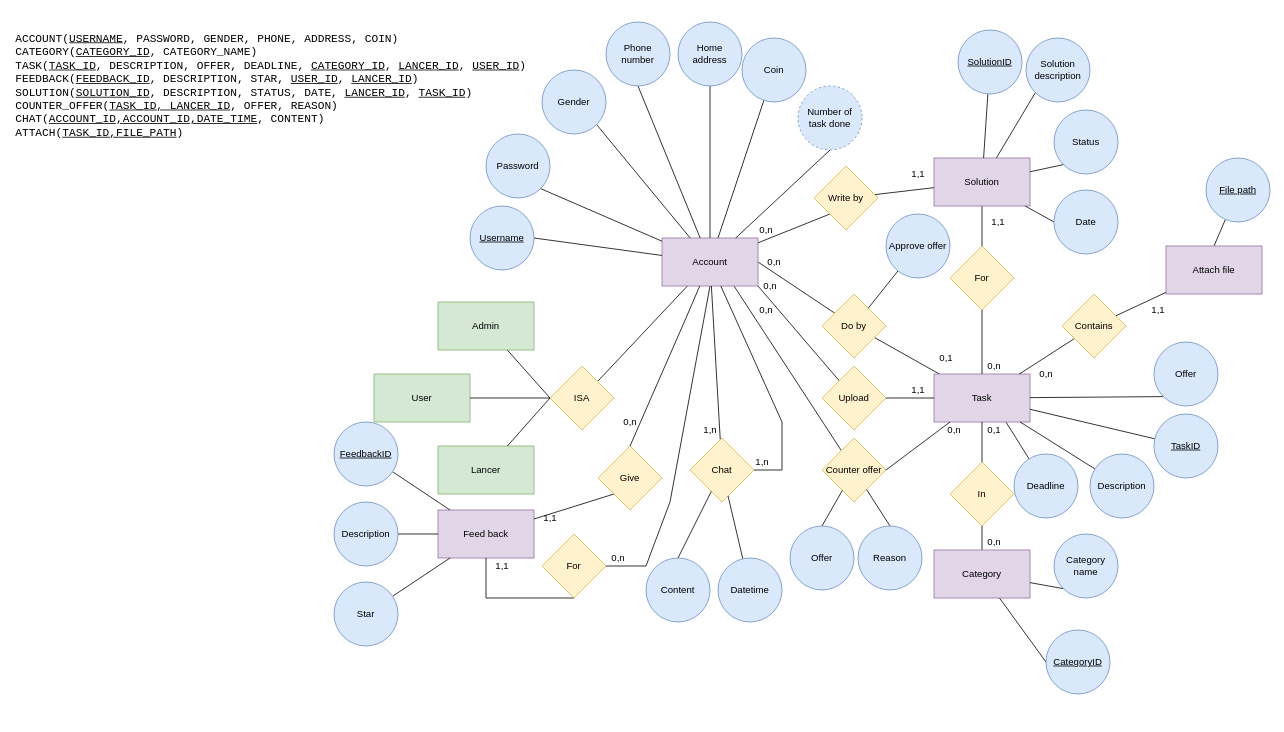
Above: docs/analysis and design/ERD.drawio in phuc16102001/beekey (draw.io), before the change. Source tidied: cells renumbered, new cells numbered last; positions are measured from the earlier drawing's top-left corner, leaving out a move shared by most shapes. Both pictures are drawn from the tidied source at 80%, with x=0, y=0 at pixel (14, 22).
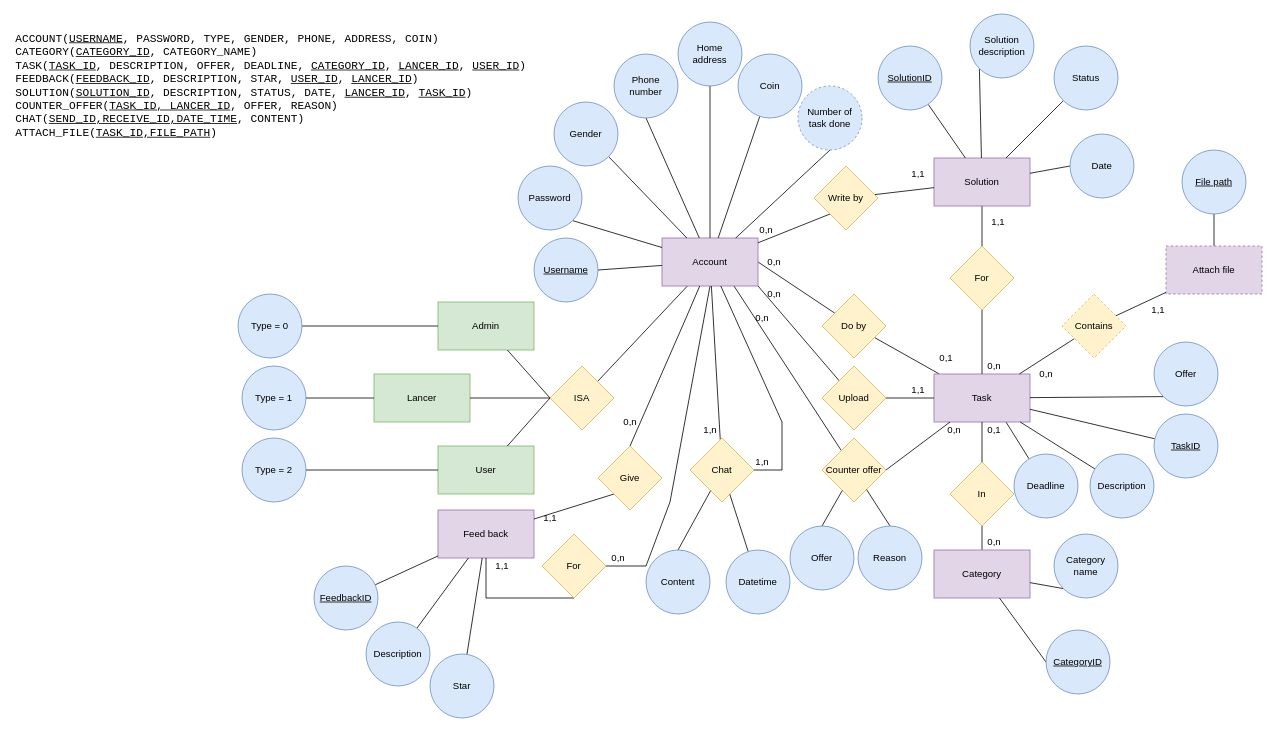
The same page after the edit.

Unchanged cells that the change refers to:
```xml
<mxCell id="3" value="Admin" style="rounded=0;whiteSpace=wrap;html=1;fillColor=#d5e8d4;strokeColor=#82b366;" parent="1" vertex="1">
  <mxGeometry x="530" y="350" width="120" height="60" as="geometry" />
</mxCell>
<mxCell id="28" value="Do by" style="rhombus;whiteSpace=wrap;html=1;fillColor=#fff2cc;strokeColor=#d6b656;" parent="1" vertex="1">
  <mxGeometry x="1010" y="340" width="80" height="80" as="geometry" />
</mxCell>
<mxCell id="69" value="Feed back" style="rounded=0;whiteSpace=wrap;html=1;fillColor=#e1d5e7;strokeColor=#9673a6;" parent="1" vertex="1">
  <mxGeometry x="530" y="610" width="120" height="60" as="geometry" />
</mxCell>
```

The edit, as a diff of the source:
```diff
@@
-    <mxCell id="2" value="User" style="rounded=0;whiteSpace=wrap;html=1;fillColor=#d5e8d4;strokeColor=#82b366;" parent="1" vertex="1">
+    <mxCell id="2" value="Lancer" style="rounded=0;whiteSpace=wrap;html=1;fillColor=#d5e8d4;strokeColor=#82b366;" parent="1" vertex="1">
       <mxGeometry x="450" y="440" width="120" height="60" as="geometry" />
     </mxCell>
@@
-    <mxCell id="10" value="Lancer" style="rounded=0;whiteSpace=wrap;html=1;fillColor=#d5e8d4;strokeColor=#82b366;" parent="1" vertex="1">
+    <mxCell id="10" value="User" style="rounded=0;whiteSpace=wrap;html=1;fillColor=#d5e8d4;strokeColor=#82b366;" parent="1" vertex="1">
       <mxGeometry x="530" y="530" width="120" height="60" as="geometry" />
     </mxCell>
@@
     <mxCell id="16" value="Username" style="ellipse;whiteSpace=wrap;html=1;fontStyle=4;fillColor=#dae8fc;strokeColor=#6c8ebf;" parent="1" vertex="1">
-      <mxGeometry x="570" y="230" width="80" height="80" as="geometry" />
+      <mxGeometry x="650" y="270" width="80" height="80" as="geometry" />
     </mxCell>
@@
     <mxCell id="18" value="Password" style="ellipse;whiteSpace=wrap;html=1;fillColor=#dae8fc;strokeColor=#6c8ebf;" parent="1" vertex="1">
-      <mxGeometry x="590" y="140" width="80" height="80" as="geometry" />
+      <mxGeometry x="630" y="180" width="80" height="80" as="geometry" />
     </mxCell>
@@
     <mxCell id="20" value="Phone number" style="ellipse;whiteSpace=wrap;html=1;direction=west;fillColor=#dae8fc;strokeColor=#6c8ebf;" parent="1" vertex="1">
-      <mxGeometry x="740" width="80" height="80" as="geometry" />
+      <mxGeometry x="750" y="40" width="80" height="80" as="geometry" />
     </mxCell>
@@
     <mxCell id="24" value="Gender" style="ellipse;whiteSpace=wrap;html=1;fillColor=#dae8fc;strokeColor=#6c8ebf;" parent="1" vertex="1">
-      <mxGeometry x="660" y="60" width="80" height="80" as="geometry" />
+      <mxGeometry x="675" y="100" width="80" height="80" as="geometry" />
     </mxCell>
@@
     <mxCell id="39" value="Coin" style="ellipse;whiteSpace=wrap;html=1;fillColor=#dae8fc;strokeColor=#6c8ebf;" parent="1" vertex="1">
-      <mxGeometry x="910" y="20" width="80" height="80" as="geometry" />
+      <mxGeometry x="905" y="40" width="80" height="80" as="geometry" />
     </mxCell>
@@
     <mxCell id="62" value="Solution description" style="ellipse;whiteSpace=wrap;html=1;fontStyle=0;fillColor=#dae8fc;strokeColor=#6c8ebf;" parent="1" vertex="1">
-      <mxGeometry x="1265" y="20" width="80" height="80" as="geometry" />
+      <mxGeometry x="1195" y="-10" width="80" height="80" as="geometry" />
     </mxCell>
@@
     <mxCell id="64" value="Status" style="ellipse;whiteSpace=wrap;html=1;fontStyle=0;fillColor=#dae8fc;strokeColor=#6c8ebf;" parent="1" vertex="1">
-      <mxGeometry x="1300" y="110" width="80" height="80" as="geometry" />
+      <mxGeometry x="1300" y="30" width="80" height="80" as="geometry" />
     </mxCell>
@@
     <mxCell id="66" value="Date" style="ellipse;whiteSpace=wrap;html=1;fontStyle=0;fillColor=#dae8fc;strokeColor=#6c8ebf;" parent="1" vertex="1">
-      <mxGeometry x="1300" y="210" width="80" height="80" as="geometry" />
+      <mxGeometry x="1320" y="140" width="80" height="80" as="geometry" />
     </mxCell>
-    <mxCell id="67" style="edgeStyle=none;rounded=0;jettySize=auto;html=1;endArrow=none;endFill=0;" parent="1" edge="1" source="68" target="28">
-      <mxGeometry relative="1" as="geometry" />
-    </mxCell>
-    <mxCell id="68" value="Approve offer" style="ellipse;whiteSpace=wrap;html=1;fontStyle=0;fillColor=#dae8fc;strokeColor=#6c8ebf;" parent="1" vertex="1">
-      <mxGeometry x="1090" y="240" width="80" height="80" as="geometry" />
-    </mxCell>
@@
-    <mxCell id="75" style="edgeStyle=none;rounded=0;jettySize=auto;html=1;exitX=1;exitY=0.5;exitDx=0;exitDy=0;endArrow=none;endFill=0;" parent="1" edge="1" source="76" target="69">
+    <mxCell id="75" style="rounded=0;jettySize=auto;html=1;startArrow=none;startFill=0;endArrow=none;endFill=0;" parent="1" edge="1" source="76" target="69">
       <mxGeometry relative="1" as="geometry" />
     </mxCell>
     <mxCell id="76" value="Description" style="ellipse;whiteSpace=wrap;html=1;fillColor=#dae8fc;strokeColor=#6c8ebf;" parent="1" vertex="1">
-      <mxGeometry x="400" y="600" width="80" height="80" as="geometry" />
+      <mxGeometry x="440" y="750" width="80" height="80" as="geometry" />
     </mxCell>
@@
     <mxCell id="78" value="Star" style="ellipse;whiteSpace=wrap;html=1;fillColor=#dae8fc;strokeColor=#6c8ebf;" parent="1" vertex="1">
-      <mxGeometry x="400" y="700" width="80" height="80" as="geometry" />
+      <mxGeometry x="520" y="790" width="80" height="80" as="geometry" />
     </mxCell>
@@
     <mxCell id="87" value="0,n" style="text;html=1;align=center;verticalAlign=middle;" parent="1" vertex="1">
-      <mxGeometry x="930" y="320" width="30" height="20" as="geometry" />
+      <mxGeometry x="935" y="330" width="30" height="20" as="geometry" />
     </mxCell>
@@
     <mxCell id="96" value="0,n" style="text;html=1;align=center;verticalAlign=middle;" parent="1" vertex="1">
-      <mxGeometry x="925" y="350" width="30" height="20" as="geometry" />
+      <mxGeometry x="920" y="360" width="30" height="20" as="geometry" />
     </mxCell>
-    <mxCell id="97" value="&lt;pre style=&quot;font-size: 14px&quot;&gt;&lt;font style=&quot;font-size: 14px&quot;&gt;ACCOUNT(&lt;u&gt;USERNAME&lt;/u&gt;, PASSWORD, GENDER, PHONE, ADDRESS, COIN)&lt;br&gt;&lt;/font&gt;&lt;font style=&quot;font-size: 14px&quot;&gt;CATEGORY(&lt;u&gt;CATEGORY_ID&lt;/u&gt;, CATEGORY_NAME)&lt;br&gt;&lt;/font&gt;&lt;font style=&quot;font-size: 14px&quot;&gt;TASK(&lt;u&gt;TASK_ID&lt;/u&gt;, DESCRIPTION, OFFER, DEADLINE, &lt;u&gt;CATEGORY_ID&lt;/u&gt;, &lt;u&gt;LANCER_ID&lt;/u&gt;, &lt;u&gt;USER_ID&lt;/u&gt;)&lt;br&gt;&lt;/font&gt;&lt;font style=&quot;font-size: 14px&quot;&gt;FEEDBACK(&lt;u&gt;FEEDBACK_ID&lt;/u&gt;, DESCRIPTION, STAR, &lt;u&gt;USER_ID&lt;/u&gt;, &lt;u&gt;LANCER_ID&lt;/u&gt;)&lt;br&gt;&lt;/font&gt;&lt;font style=&quot;font-size: 14px&quot;&gt;SOLUTION(&lt;u&gt;SOLUTION_ID&lt;/u&gt;, DESCRIPTION, STATUS, DATE, &lt;u&gt;LANCER_ID&lt;/u&gt;, &lt;u&gt;TASK_ID&lt;/u&gt;)&lt;br&gt;&lt;/font&gt;&lt;font style=&quot;font-size: 14px&quot;&gt;COUNTER_OFFER(&lt;u&gt;TASK_ID, LANCER_ID&lt;/u&gt;, OFFER, REASON)&lt;br&gt;&lt;/font&gt;CHAT(&lt;u&gt;ACCOUNT_ID,ACCOUNT_ID,DATE_TIME&lt;/u&gt;, CONTENT)&lt;br/&gt;ATTACH(&lt;u&gt;TASK_ID,FILE_PATH&lt;/u&gt;)&lt;/pre&gt;" style="text;html=1;align=left;verticalAlign=middle;" parent="1" vertex="1">
+    <mxCell id="97" value="&lt;pre style=&quot;font-size: 14px&quot;&gt;&lt;font style=&quot;font-size: 14px&quot;&gt;ACCOUNT(&lt;u&gt;USERNAME&lt;/u&gt;, PASSWORD, TYPE, GENDER, PHONE, ADDRESS, COIN)&lt;br&gt;&lt;/font&gt;&lt;font style=&quot;font-size: 14px&quot;&gt;CATEGORY(&lt;u&gt;CATEGORY_ID&lt;/u&gt;, CATEGORY_NAME)&lt;br&gt;&lt;/font&gt;&lt;font style=&quot;font-size: 14px&quot;&gt;TASK(&lt;u&gt;TASK_ID&lt;/u&gt;, DESCRIPTION, OFFER, DEADLINE, &lt;u&gt;CATEGORY_ID&lt;/u&gt;, &lt;u&gt;LANCER_ID&lt;/u&gt;, &lt;u&gt;USER_ID&lt;/u&gt;)&lt;br&gt;&lt;/font&gt;&lt;font style=&quot;font-size: 14px&quot;&gt;FEEDBACK(&lt;u&gt;FEEDBACK_ID&lt;/u&gt;, DESCRIPTION, STAR, &lt;u&gt;USER_ID&lt;/u&gt;, &lt;u&gt;LANCER_ID&lt;/u&gt;)&lt;br&gt;&lt;/font&gt;&lt;font style=&quot;font-size: 14px&quot;&gt;SOLUTION(&lt;u&gt;SOLUTION_ID&lt;/u&gt;, DESCRIPTION, STATUS, DATE, &lt;u&gt;LANCER_ID&lt;/u&gt;, &lt;u&gt;TASK_ID&lt;/u&gt;)&lt;br&gt;&lt;/font&gt;&lt;font style=&quot;font-size: 14px&quot;&gt;COUNTER_OFFER(&lt;u&gt;TASK_ID, LANCER_ID&lt;/u&gt;, OFFER, REASON)&lt;br&gt;&lt;/font&gt;CHAT(&lt;u&gt;SEND_ID,RECEIVE_ID,DATE_TIME&lt;/u&gt;, CONTENT)&lt;br&gt;ATTACH_FILE(&lt;u&gt;TASK_ID,FILE_PATH&lt;/u&gt;)&lt;/pre&gt;" style="text;html=1;align=left;verticalAlign=middle;" parent="1" vertex="1">
       <mxGeometry y="10" width="650" height="140" as="geometry" />
     </mxCell>
@@
     <mxCell id="99" value="SolutionID" style="ellipse;whiteSpace=wrap;html=1;fontStyle=4;fillColor=#dae8fc;strokeColor=#6c8ebf;" parent="1" vertex="1">
-      <mxGeometry x="1180" y="10" width="80" height="80" as="geometry" />
+      <mxGeometry x="1080" y="30" width="80" height="80" as="geometry" />
     </mxCell>
@@
     <mxCell id="101" value="FeedbackID" style="ellipse;whiteSpace=wrap;html=1;fillColor=#dae8fc;strokeColor=#6c8ebf;fontStyle=4;" parent="1" vertex="1">
-      <mxGeometry x="400" y="500" width="80" height="80" as="geometry" />
+      <mxGeometry x="375" y="680" width="80" height="80" as="geometry" />
     </mxCell>
@@
     <mxCell id="106" value="Content" style="ellipse;whiteSpace=wrap;html=1;fontStyle=0;fillColor=#dae8fc;strokeColor=#6c8ebf;" parent="1" vertex="1">
-      <mxGeometry x="790" y="670" width="80" height="80" as="geometry" />
+      <mxGeometry x="790" y="660" width="80" height="80" as="geometry" />
     </mxCell>
@@
     <mxCell id="108" value="Datetime" style="ellipse;whiteSpace=wrap;html=1;fontStyle=0;fillColor=#dae8fc;strokeColor=#6c8ebf;" parent="1" vertex="1">
-      <mxGeometry x="880" y="670" width="80" height="80" as="geometry" />
+      <mxGeometry x="890" y="660" width="80" height="80" as="geometry" />
     </mxCell>
@@
-    <mxCell id="112" value="Attach file" style="rounded=0;whiteSpace=wrap;html=1;fillColor=#e1d5e7;strokeColor=#9673a6;" parent="1" vertex="1">
+    <mxCell id="112" value="Attach file" style="rounded=0;whiteSpace=wrap;html=1;fillColor=#e1d5e7;strokeColor=#9673a6;dashed=1;" parent="1" vertex="1">
       <mxGeometry x="1440" y="280" width="120" height="60" as="geometry" />
     </mxCell>
     <mxCell id="113" value="File path" style="ellipse;whiteSpace=wrap;html=1;fontStyle=4;fillColor=#dae8fc;strokeColor=#6c8ebf;" parent="1" vertex="1">
-      <mxGeometry x="1490" y="170" width="80" height="80" as="geometry" />
+      <mxGeometry x="1460" y="160" width="80" height="80" as="geometry" />
     </mxCell>
@@
-    <mxCell id="116" value="Contains" style="rhombus;whiteSpace=wrap;html=1;fillColor=#fff2cc;strokeColor=#d6b656;" parent="1" vertex="1">
+    <mxCell id="116" value="Contains" style="rhombus;whiteSpace=wrap;html=1;fillColor=#fff2cc;strokeColor=#d6b656;dashed=1;" parent="1" vertex="1">
       <mxGeometry x="1310" y="340" width="80" height="80" as="geometry" />
     </mxCell>
@@
+    <mxCell id="119" style="edgeStyle=none;rounded=0;jettySize=auto;html=1;startArrow=none;startFill=0;endArrow=none;endFill=0;" parent="1" edge="1" source="120" target="2">
+      <mxGeometry relative="1" as="geometry" />
+    </mxCell>
+    <mxCell id="120" value="Type = 1" style="ellipse;whiteSpace=wrap;html=1;fillColor=#dae8fc;strokeColor=#6c8ebf;" parent="1" vertex="1">
+      <mxGeometry x="285" y="430" width="80" height="80" as="geometry" />
+    </mxCell>
+    <mxCell id="121" style="edgeStyle=none;rounded=0;jettySize=auto;html=1;startArrow=none;startFill=0;endArrow=none;endFill=0;" parent="1" edge="1" source="122" target="10">
+      <mxGeometry relative="1" as="geometry" />
+    </mxCell>
+    <mxCell id="122" value="Type = 2" style="ellipse;whiteSpace=wrap;html=1;fillColor=#dae8fc;strokeColor=#6c8ebf;" parent="1" vertex="1">
+      <mxGeometry x="285" y="520" width="80" height="80" as="geometry" />
+    </mxCell>
+    <mxCell id="123" style="edgeStyle=none;rounded=0;jettySize=auto;html=1;startArrow=none;startFill=0;endArrow=none;endFill=0;" parent="1" edge="1" source="124" target="3">
+      <mxGeometry relative="1" as="geometry" />
+    </mxCell>
+    <mxCell id="124" value="Type = 0" style="ellipse;whiteSpace=wrap;html=1;fillColor=#dae8fc;strokeColor=#6c8ebf;" parent="1" vertex="1">
+      <mxGeometry x="280" y="340" width="80" height="80" as="geometry" />
+    </mxCell>
```
